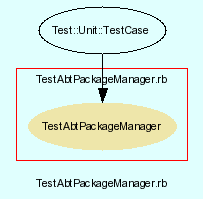
eschabell/abtlinux keeps this Graphviz diagram as src/trunk/doc/dot/f_13.png. Above is the earlier version. Its source is kept beside it as src/trunk/doc/dot/f_13.dot.
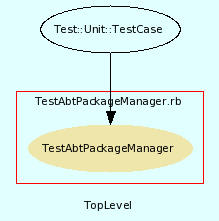
Later version of the same file.

Change to the diagram source:
```diff
@@ -3,7 +3,7 @@
     bgcolor = lightcyan1
     fontname = Arial
     fontsize = 8
-    label = "TestAbtPackageManager.rb"
+    label = "TopLevel"
     node [
         fontname = Arial,
         fontsize = 8,
```
